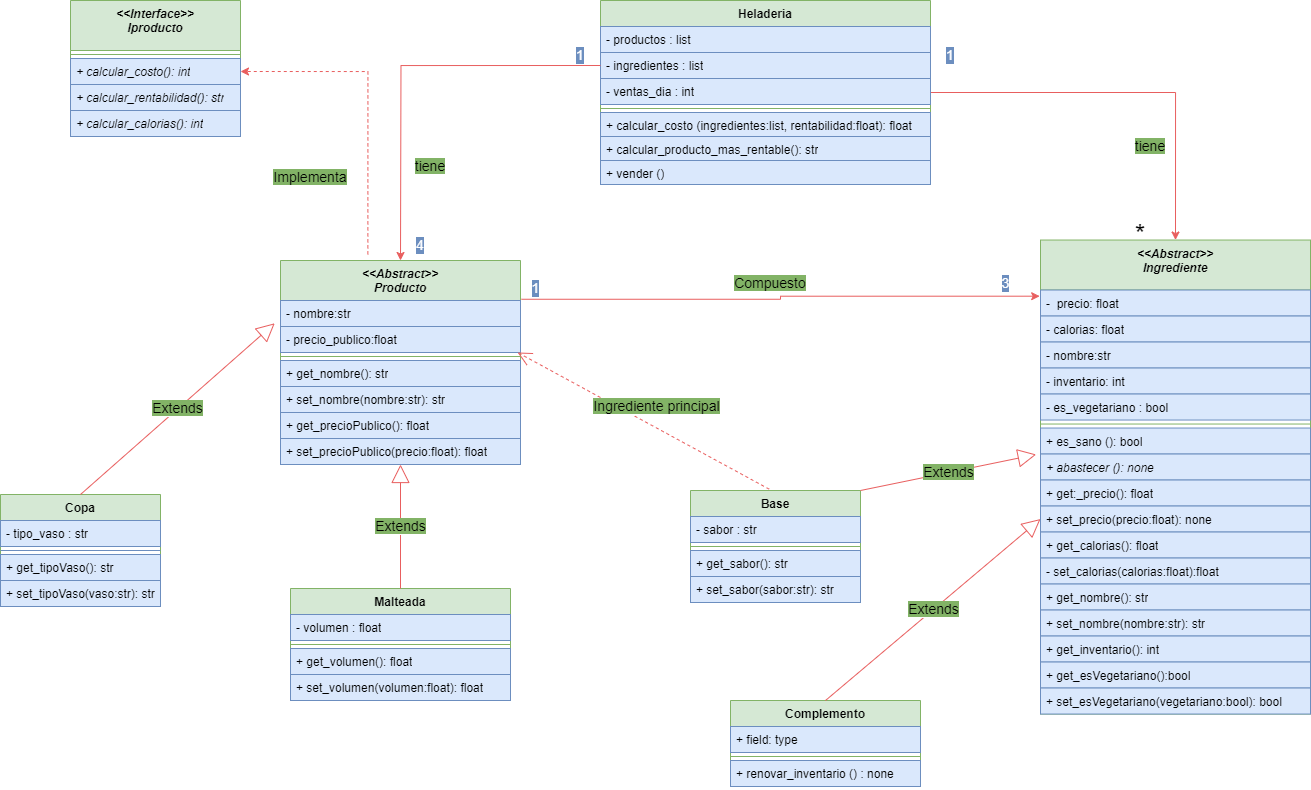
Above: proyecto_uno/Uml/heladeria_UML.png in DREAMERCOMPANY/Python (draw.io), before the change. Source tidied: cells renumbered, new cells last; positions are measured from the earlier drawing's top-left corner, leaving out a move shared by most shapes.
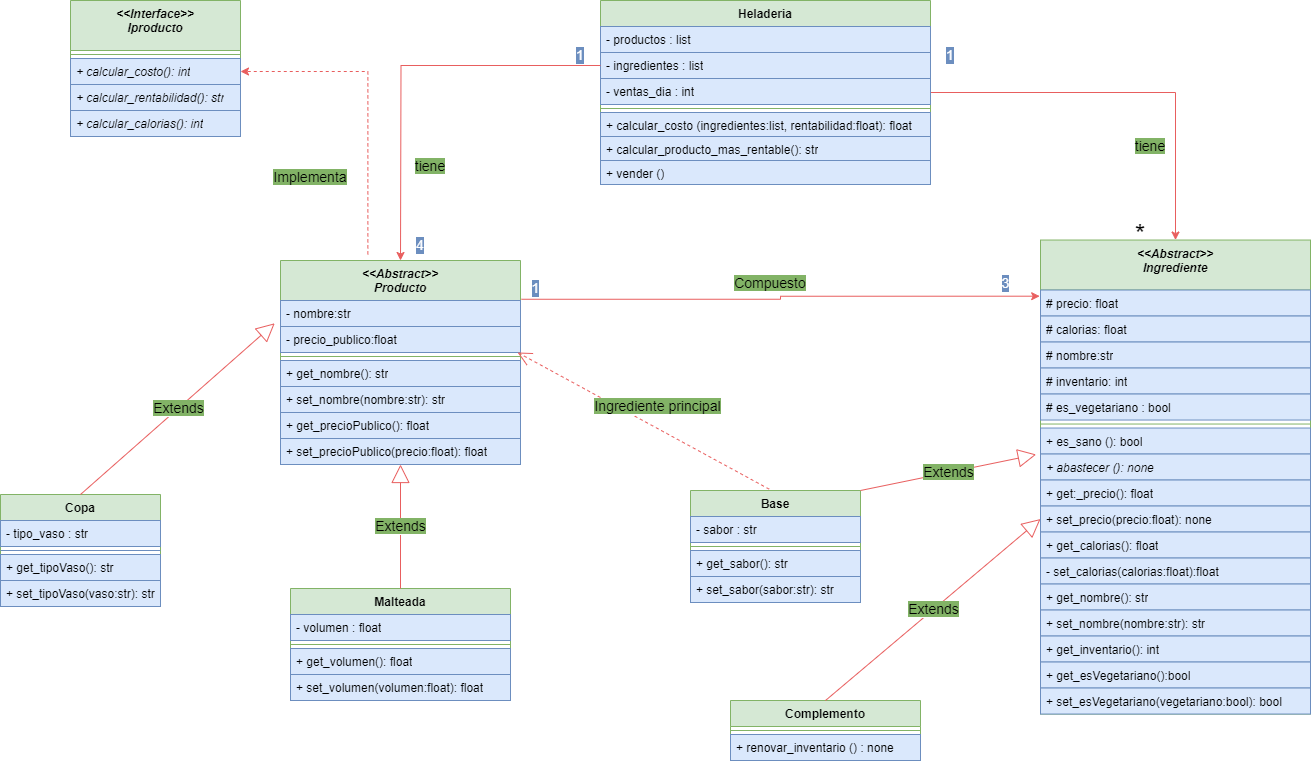
After the commit.

Diff of the diagram source:
```diff
@@ -59,19 +59,19 @@
     <mxCell id="20" value="&lt;i&gt;&amp;lt;&amp;lt;Abstract&amp;gt;&amp;gt;&lt;/i&gt;&lt;div&gt;&lt;i&gt;Ingrediente&lt;/i&gt;&lt;/div&gt;" style="swimlane;fontStyle=1;align=center;verticalAlign=top;horizontal=1;startSize=50;whiteSpace=wrap;html=1;fillColor=#d5e8d4;strokeColor=#82b366;" parent="1" vertex="1">
       <mxGeometry x="1040" y="239.5" width="270" height="474" as="geometry" />
     </mxCell>
-    <mxCell id="21" value="-&amp;nbsp; precio: float" style="text;strokeColor=#6c8ebf;fillColor=#dae8fc;align=left;verticalAlign=top;spacingLeft=4;spacingRight=4;overflow=hidden;points=[[0,0.5],[1,0.5]];portConstraint=eastwest;whiteSpace=wrap;html=1;" parent="20" vertex="1">
+    <mxCell id="21" value="# precio: float" style="text;strokeColor=#6c8ebf;fillColor=#dae8fc;align=left;verticalAlign=top;spacingLeft=4;spacingRight=4;overflow=hidden;points=[[0,0.5],[1,0.5]];portConstraint=eastwest;whiteSpace=wrap;html=1;" parent="20" vertex="1">
       <mxGeometry y="50" width="270" height="26" as="geometry" />
     </mxCell>
-    <mxCell id="22" value="- calorias: float" style="text;strokeColor=#6c8ebf;fillColor=#dae8fc;align=left;verticalAlign=top;spacingLeft=4;spacingRight=4;overflow=hidden;whiteSpace=wrap;html=1;" parent="20" vertex="1">
+    <mxCell id="22" value="# calorias: float" style="text;strokeColor=#6c8ebf;fillColor=#dae8fc;align=left;verticalAlign=top;spacingLeft=4;spacingRight=4;overflow=hidden;whiteSpace=wrap;html=1;" parent="20" vertex="1">
       <mxGeometry y="76" width="270" height="26" as="geometry" />
     </mxCell>
-    <mxCell id="23" value="- nombre:str" style="text;strokeColor=#6c8ebf;fillColor=#dae8fc;align=left;verticalAlign=top;spacingLeft=4;spacingRight=4;overflow=hidden;whiteSpace=wrap;html=1;" parent="20" vertex="1">
+    <mxCell id="23" value="# nombre:str" style="text;strokeColor=#6c8ebf;fillColor=#dae8fc;align=left;verticalAlign=top;spacingLeft=4;spacingRight=4;overflow=hidden;whiteSpace=wrap;html=1;" parent="20" vertex="1">
       <mxGeometry y="102" width="270" height="26" as="geometry" />
     </mxCell>
-    <mxCell id="24" value="- inventario: int" style="text;strokeColor=#6c8ebf;fillColor=#dae8fc;align=left;verticalAlign=top;spacingLeft=4;spacingRight=4;overflow=hidden;whiteSpace=wrap;html=1;" parent="20" vertex="1">
+    <mxCell id="24" value="# inventario: int" style="text;strokeColor=#6c8ebf;fillColor=#dae8fc;align=left;verticalAlign=top;spacingLeft=4;spacingRight=4;overflow=hidden;whiteSpace=wrap;html=1;" parent="20" vertex="1">
       <mxGeometry y="128" width="270" height="26" as="geometry" />
     </mxCell>
-    <mxCell id="25" value="- es_vegetariano : bool" style="text;strokeColor=#6c8ebf;fillColor=#dae8fc;align=left;verticalAlign=top;spacingLeft=4;spacingRight=4;overflow=hidden;whiteSpace=wrap;html=1;" parent="20" vertex="1">
+    <mxCell id="25" value="# es_vegetariano : bool" style="text;strokeColor=#6c8ebf;fillColor=#dae8fc;align=left;verticalAlign=top;spacingLeft=4;spacingRight=4;overflow=hidden;whiteSpace=wrap;html=1;" parent="20" vertex="1">
       <mxGeometry y="154" width="270" height="26" as="geometry" />
     </mxCell>
     <mxCell id="26" style="line;strokeWidth=1;fillColor=none;align=left;verticalAlign=middle;spacingTop=-1;spacingLeft=3;spacingRight=3;labelPosition=right;strokeColor=inherit;" parent="20" vertex="1">
@@ -126,16 +126,13 @@
       <mxGeometry y="86" width="170" height="26" as="geometry" />
     </mxCell>
     <mxCell id="43" value="Complemento" style="swimlane;fontStyle=1;align=center;verticalAlign=top;horizontal=1;startSize=26;whiteSpace=wrap;html=1;fillColor=#d5e8d4;strokeColor=#82b366;" parent="1" vertex="1">
-      <mxGeometry x="730" y="700" width="190" height="86" as="geometry" />
+      <mxGeometry x="730" y="700" width="190" height="60" as="geometry" />
     </mxCell>
-    <mxCell id="44" value="+ field: type" style="text;strokeColor=#6c8ebf;fillColor=#dae8fc;align=left;verticalAlign=top;spacingLeft=4;spacingRight=4;overflow=hidden;whiteSpace=wrap;html=1;" parent="43" vertex="1">
-      <mxGeometry y="26" width="190" height="26" as="geometry" />
-    </mxCell>
     <mxCell id="45" style="line;strokeWidth=1;fillColor=none;align=left;verticalAlign=middle;spacingTop=-1;spacingLeft=3;spacingRight=3;labelPosition=right;strokeColor=inherit;" parent="43" vertex="1">
-      <mxGeometry y="52" width="190" height="8" as="geometry" />
+      <mxGeometry y="26" width="190" height="8" as="geometry" />
     </mxCell>
     <mxCell id="46" value="+ renovar_inventario () : none" style="text;strokeColor=#6c8ebf;fillColor=#dae8fc;align=left;verticalAlign=top;spacingLeft=4;spacingRight=4;overflow=hidden;whiteSpace=wrap;html=1;" parent="43" vertex="1">
-      <mxGeometry y="60" width="190" height="26" as="geometry" />
+      <mxGeometry y="34" width="190" height="26" as="geometry" />
     </mxCell>
     <mxCell id="47" value="Copa&lt;div&gt;&lt;br&gt;&lt;/div&gt;" style="swimlane;fontStyle=1;align=center;verticalAlign=top;horizontal=1;startSize=26;whiteSpace=wrap;html=1;fillColor=#d5e8d4;strokeColor=#82b366;" parent="1" vertex="1">
       <mxGeometry y="494" width="160" height="112" as="geometry" />
```
